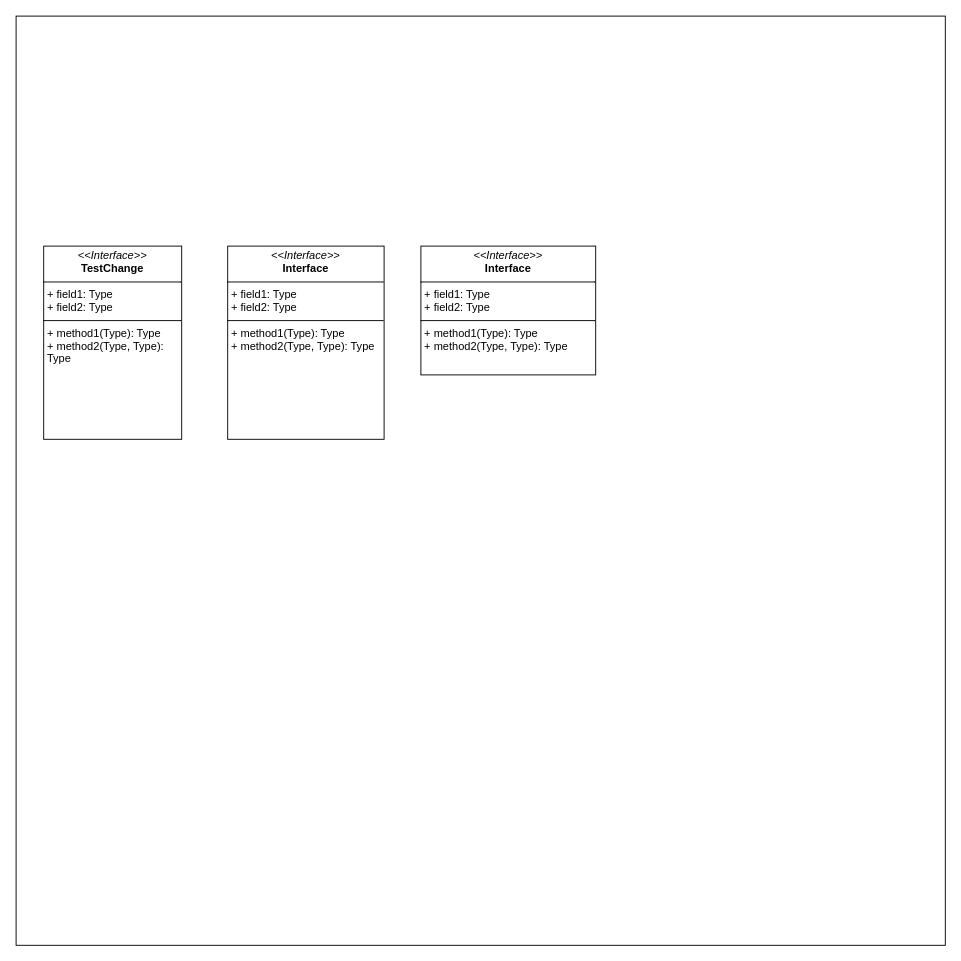
Earlier version of the draw.io diagram ClassDiagram.drawio (JordanTheCodeless/OOP_SDG_CA). Source tidied: cells renumbered, new cells numbered last; positions are measured from the earlier drawing's top-left corner, leaving out a move shared by most shapes. Both pictures are drawn from the tidied source at 92%, with x=0, y=0 at pixel (16, 16).
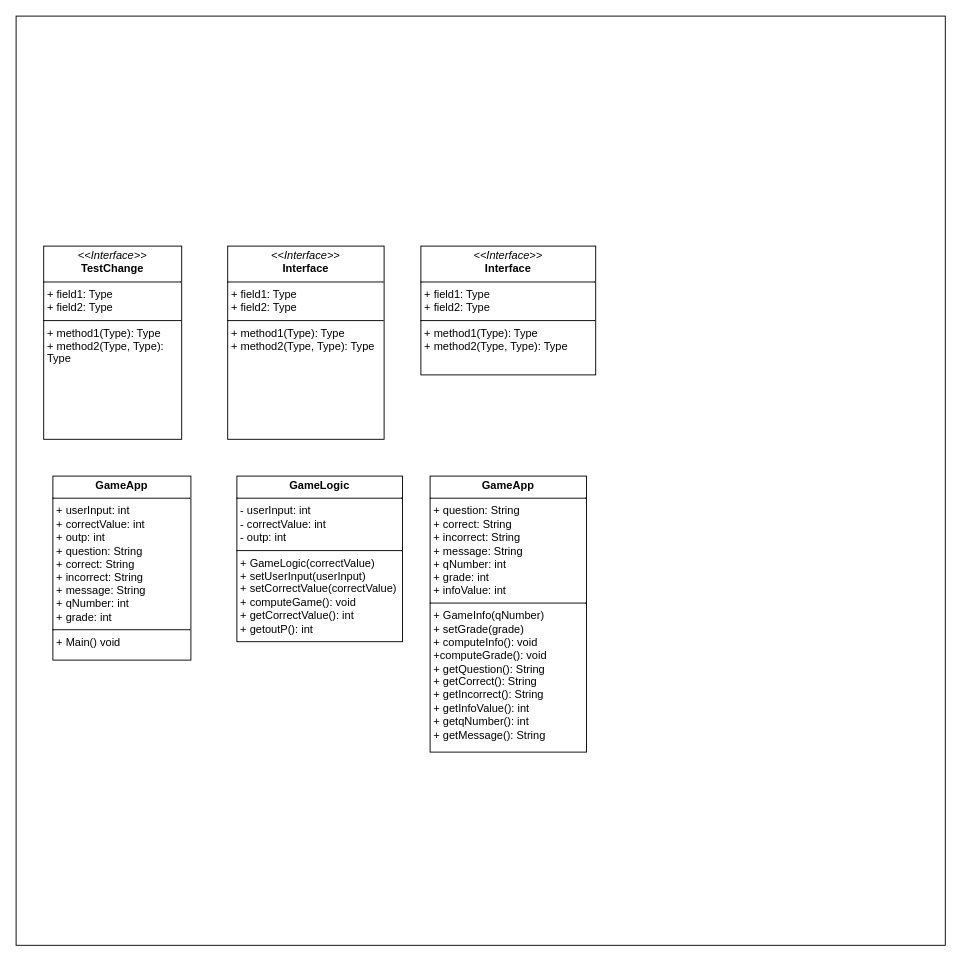
Above is the later version.

Commit message:
ClassDiagram André

The edit, as a diff of the source:
```diff
@@
 <mxGraphModel>
   <root>
     <mxCell id="0" />
     <mxCell id="1" parent="0" />
     <mxCell id="2" style="whiteSpace=wrap;html=1;" parent="1" vertex="1">
       <mxGeometry width="1010" height="1010" as="geometry" />
     </mxCell>
     <mxCell id="3" value="&lt;p style=&quot;margin:0px;margin-top:4px;text-align:center;&quot;&gt;&lt;i&gt;&amp;lt;&amp;lt;Interface&amp;gt;&amp;gt;&lt;/i&gt;&lt;br&gt;&lt;b&gt;TestChange&lt;/b&gt;&lt;/p&gt;&lt;hr size=&quot;1&quot; style=&quot;border-style:solid;&quot;&gt;&lt;p style=&quot;margin:0px;margin-left:4px;&quot;&gt;+ field1: Type&lt;br&gt;+ field2: Type&lt;/p&gt;&lt;hr size=&quot;1&quot; style=&quot;border-style:solid;&quot;&gt;&lt;p style=&quot;margin:0px;margin-left:4px;&quot;&gt;+ method1(Type): Type&lt;br&gt;+ method2(Type, Type): Type&lt;/p&gt;" style="verticalAlign=top;align=left;overflow=fill;html=1;whiteSpace=wrap;" parent="1" vertex="1">
       <mxGeometry x="30" y="250" width="150" height="210" as="geometry" />
     </mxCell>
     <mxCell id="4" value="&lt;p style=&quot;margin:0px;margin-top:4px;text-align:center;&quot;&gt;&lt;i&gt;&amp;lt;&amp;lt;Interface&amp;gt;&amp;gt;&lt;/i&gt;&lt;br/&gt;&lt;b&gt;Interface&lt;/b&gt;&lt;/p&gt;&lt;hr size=&quot;1&quot; style=&quot;border-style:solid;&quot;/&gt;&lt;p style=&quot;margin:0px;margin-left:4px;&quot;&gt;+ field1: Type&lt;br/&gt;+ field2: Type&lt;/p&gt;&lt;hr size=&quot;1&quot; style=&quot;border-style:solid;&quot;/&gt;&lt;p style=&quot;margin:0px;margin-left:4px;&quot;&gt;+ method1(Type): Type&lt;br/&gt;+ method2(Type, Type): Type&lt;/p&gt;" style="verticalAlign=top;align=left;overflow=fill;html=1;whiteSpace=wrap;" parent="1" vertex="1">
       <mxGeometry x="230" y="250" width="170" height="210" as="geometry" />
     </mxCell>
     <mxCell id="5" value="&lt;p style=&quot;margin:0px;margin-top:4px;text-align:center;&quot;&gt;&lt;i&gt;&amp;lt;&amp;lt;Interface&amp;gt;&amp;gt;&lt;/i&gt;&lt;br/&gt;&lt;b&gt;Interface&lt;/b&gt;&lt;/p&gt;&lt;hr size=&quot;1&quot; style=&quot;border-style:solid;&quot;/&gt;&lt;p style=&quot;margin:0px;margin-left:4px;&quot;&gt;+ field1: Type&lt;br/&gt;+ field2: Type&lt;/p&gt;&lt;hr size=&quot;1&quot; style=&quot;border-style:solid;&quot;/&gt;&lt;p style=&quot;margin:0px;margin-left:4px;&quot;&gt;+ method1(Type): Type&lt;br/&gt;+ method2(Type, Type): Type&lt;/p&gt;" style="verticalAlign=top;align=left;overflow=fill;html=1;whiteSpace=wrap;" parent="1" vertex="1">
       <mxGeometry x="440" y="250" width="190" height="140" as="geometry" />
     </mxCell>
+    <mxCell id="6" value="&lt;p style=&quot;margin:0px;margin-top:4px;text-align:center;&quot;&gt;&lt;b&gt;GameApp&lt;/b&gt;&lt;/p&gt;&lt;hr size=&quot;1&quot; style=&quot;border-style:solid;&quot;&gt;&lt;p style=&quot;margin:0px;margin-left:4px;&quot;&gt;+ userInput: int&lt;/p&gt;&lt;p style=&quot;margin:0px;margin-left:4px;&quot;&gt;+ correctValue: int&lt;/p&gt;&lt;p style=&quot;margin:0px;margin-left:4px;&quot;&gt;+ outp: int&lt;/p&gt;&lt;p style=&quot;margin:0px;margin-left:4px;&quot;&gt;+ question: String&amp;nbsp;&lt;/p&gt;&lt;p style=&quot;margin:0px;margin-left:4px;&quot;&gt;+ correct: String&amp;nbsp;&lt;/p&gt;&lt;p style=&quot;margin:0px;margin-left:4px;&quot;&gt;+ incorrect: String&lt;/p&gt;&lt;p style=&quot;margin:0px;margin-left:4px;&quot;&gt;+ message: String&lt;/p&gt;&lt;p style=&quot;margin:0px;margin-left:4px;&quot;&gt;+ qNumber: int&lt;/p&gt;&lt;p style=&quot;margin:0px;margin-left:4px;&quot;&gt;+ grade: int&lt;/p&gt;&lt;hr size=&quot;1&quot; style=&quot;border-style:solid;&quot;&gt;&lt;p style=&quot;margin:0px;margin-left:4px;&quot;&gt;+ Main() void&lt;/p&gt;" style="verticalAlign=top;align=left;overflow=fill;html=1;whiteSpace=wrap;" parent="1" vertex="1">
+      <mxGeometry x="40" y="500" width="150" height="200" as="geometry" />
+    </mxCell>
+    <mxCell id="7" value="&lt;p style=&quot;margin:0px;margin-top:4px;text-align:center;&quot;&gt;&lt;b&gt;GameLogic&lt;/b&gt;&lt;/p&gt;&lt;hr size=&quot;1&quot; style=&quot;border-style:solid;&quot;&gt;&lt;p style=&quot;margin: 0px 0px 0px 4px;&quot;&gt;- userInput: int&lt;/p&gt;&lt;p style=&quot;margin: 0px 0px 0px 4px;&quot;&gt;- correctValue: int&lt;/p&gt;&lt;p style=&quot;margin: 0px 0px 0px 4px;&quot;&gt;- outp: int&lt;/p&gt;&lt;hr size=&quot;1&quot; style=&quot;border-style:solid;&quot;&gt;&lt;p style=&quot;margin:0px;margin-left:4px;&quot;&gt;+ GameLogic(correctValue)&lt;/p&gt;&lt;p style=&quot;margin:0px;margin-left:4px;&quot;&gt;+ setUserInput(userInput)&lt;/p&gt;&lt;p style=&quot;margin:0px;margin-left:4px;&quot;&gt;+ setCorrectValue(correctValue)&lt;/p&gt;&lt;p style=&quot;margin:0px;margin-left:4px;&quot;&gt;+ computeGame(): void&lt;/p&gt;&lt;p style=&quot;margin:0px;margin-left:4px;&quot;&gt;+ getCorrectValue(): int&lt;/p&gt;&lt;p style=&quot;margin:0px;margin-left:4px;&quot;&gt;+ getoutP(): int&lt;/p&gt;" style="verticalAlign=top;align=left;overflow=fill;html=1;whiteSpace=wrap;" parent="1" vertex="1">
+      <mxGeometry x="240" y="500" width="180" height="180" as="geometry" />
+    </mxCell>
+    <mxCell id="8" style="edgeStyle=orthogonalEdgeStyle;rounded=0;orthogonalLoop=1;jettySize=auto;html=1;exitX=0.5;exitY=1;exitDx=0;exitDy=0;" parent="1" edge="1" source="7" target="7">
+      <mxGeometry relative="1" as="geometry" />
+    </mxCell>
+    <mxCell id="9" value="&lt;p style=&quot;margin:0px;margin-top:4px;text-align:center;&quot;&gt;&lt;b&gt;GameApp&lt;/b&gt;&lt;/p&gt;&lt;hr size=&quot;1&quot; style=&quot;border-style:solid;&quot;&gt;&lt;p style=&quot;margin:0px;margin-left:4px;&quot;&gt;&lt;span style=&quot;background-color: initial;&quot;&gt;+ question: String&amp;nbsp;&lt;/span&gt;&lt;br&gt;&lt;/p&gt;&lt;p style=&quot;margin:0px;margin-left:4px;&quot;&gt;+ correct: String&amp;nbsp;&lt;/p&gt;&lt;p style=&quot;margin:0px;margin-left:4px;&quot;&gt;+ incorrect: String&lt;/p&gt;&lt;p style=&quot;margin:0px;margin-left:4px;&quot;&gt;+ message: String&lt;/p&gt;&lt;p style=&quot;margin:0px;margin-left:4px;&quot;&gt;+ qNumber: int&lt;/p&gt;&lt;p style=&quot;margin:0px;margin-left:4px;&quot;&gt;+ grade: int&lt;/p&gt;&lt;p style=&quot;margin:0px;margin-left:4px;&quot;&gt;+ infoValue: int&lt;/p&gt;&lt;hr size=&quot;1&quot; style=&quot;border-style:solid;&quot;&gt;&lt;p style=&quot;margin:0px;margin-left:4px;&quot;&gt;+ GameInfo(qNumber)&lt;/p&gt;&lt;p style=&quot;margin:0px;margin-left:4px;&quot;&gt;+ setGrade(grade)&lt;/p&gt;&lt;p style=&quot;margin:0px;margin-left:4px;&quot;&gt;+ computeInfo(): void&lt;/p&gt;&lt;p style=&quot;margin:0px;margin-left:4px;&quot;&gt;+computeGrade(): void&lt;/p&gt;&lt;p style=&quot;margin:0px;margin-left:4px;&quot;&gt;+ getQuestion(): String&lt;/p&gt;&lt;p style=&quot;margin:0px;margin-left:4px;&quot;&gt;+ getCorrect(): String&lt;/p&gt;&lt;p style=&quot;margin:0px;margin-left:4px;&quot;&gt;+ getIncorrect(): String&lt;/p&gt;&lt;p style=&quot;margin:0px;margin-left:4px;&quot;&gt;+ getInfoValue(): int&lt;/p&gt;&lt;p style=&quot;margin:0px;margin-left:4px;&quot;&gt;+ getqNumber(): int&lt;/p&gt;&lt;p style=&quot;margin:0px;margin-left:4px;&quot;&gt;+ getMessage(): String&lt;/p&gt;" style="verticalAlign=top;align=left;overflow=fill;html=1;whiteSpace=wrap;" parent="1" vertex="1">
+      <mxGeometry x="450" y="500" width="170" height="300" as="geometry" />
+    </mxCell>
   </root>
 </mxGraphModel>
```
